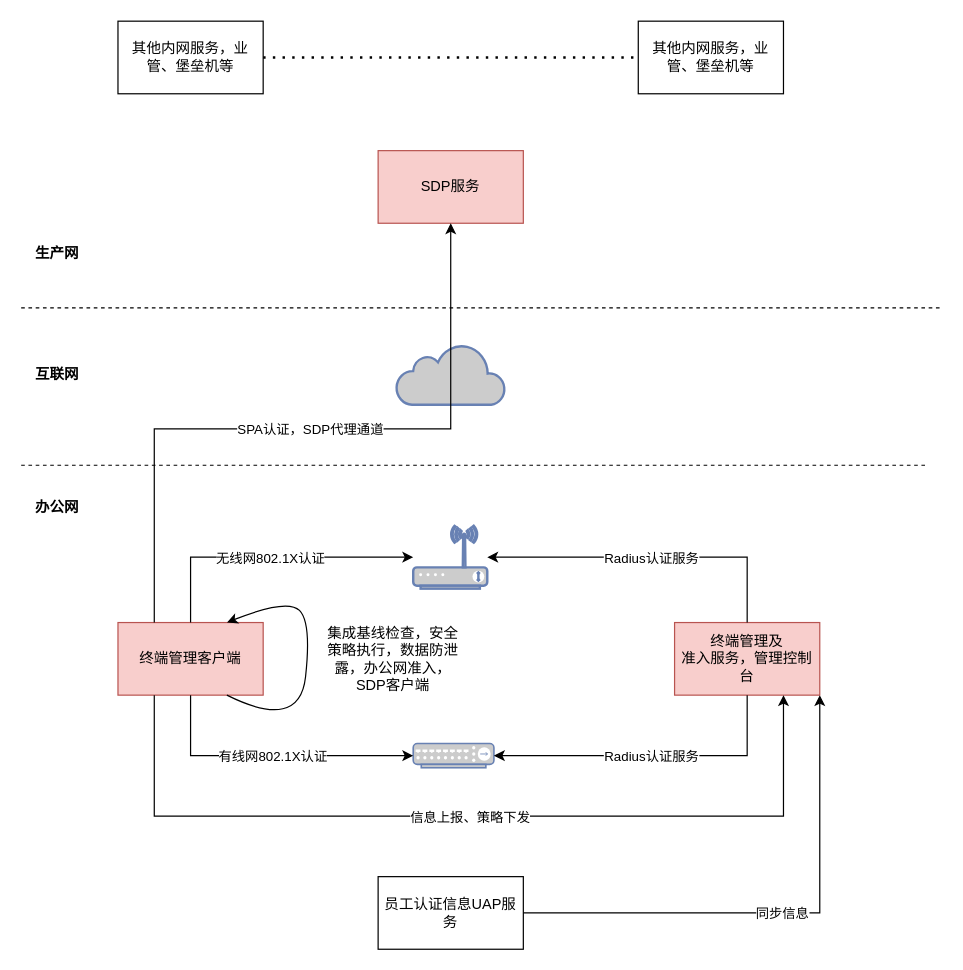
Above: pcmgr.drawio in razor/1102_decoration (draw.io), before the change. Source tidied: cells renumbered, new cells numbered last; positions are measured from the earlier drawing's top-left corner, leaving out a move shared by most shapes. Both pictures are drawn from the tidied source at 121%, with x=0, y=0 at pixel (21, 21).
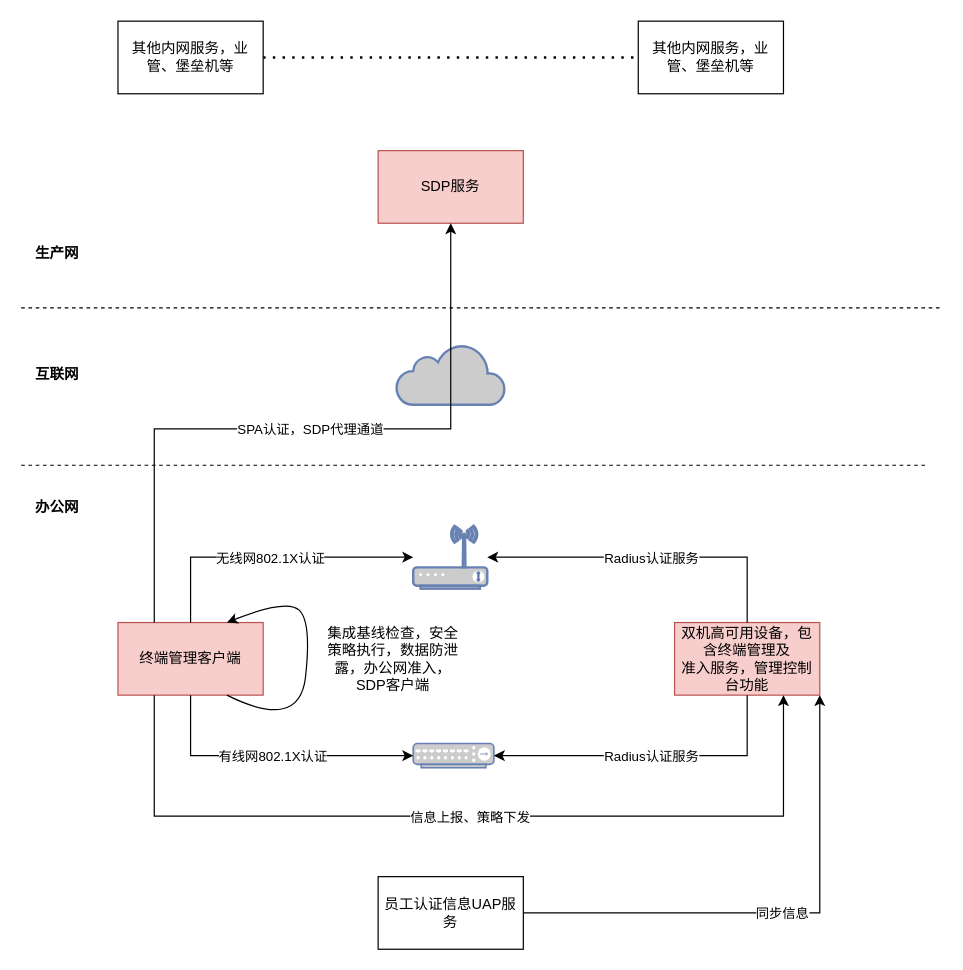
After the change.

What changed in the source:
```diff
@@
-    <mxCell id="2" value="终端管理及&lt;br&gt;准入服务，管理控制台" style="rounded=0;whiteSpace=wrap;html=1;fillColor=#f8cecc;strokeColor=#b85450;" parent="1" vertex="1">
+    <mxCell id="2" value="双机高可用设备，包含终端管理及&lt;br&gt;准入服务，管理控制台功能" style="rounded=0;whiteSpace=wrap;html=1;fillColor=#f8cecc;strokeColor=#b85450;" parent="1" vertex="1">
       <mxGeometry x="540" y="497" width="120" height="60" as="geometry" />
     </mxCell>
```
